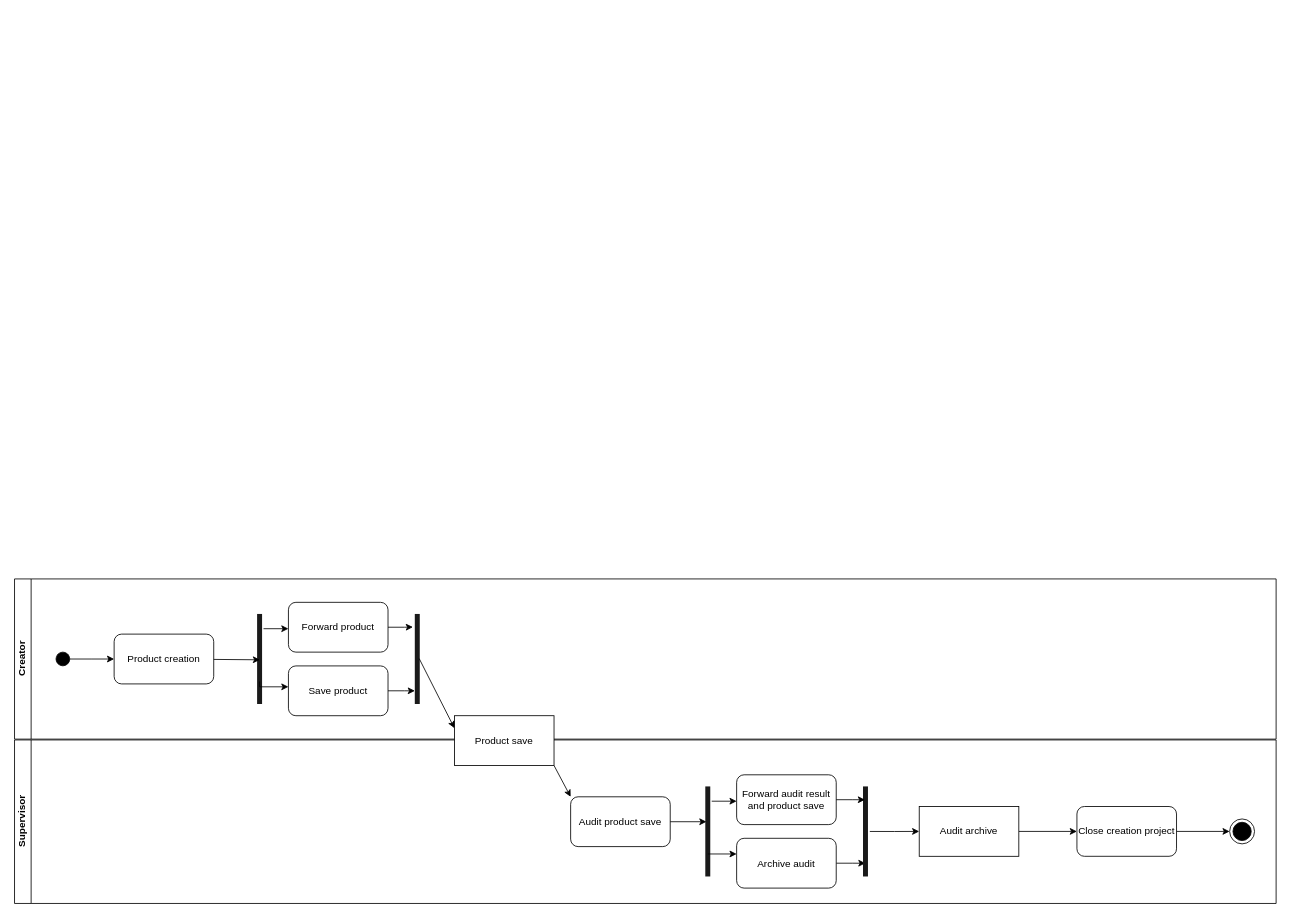
Before: Documentation/Activity Diagram/Creation Audit System AD.drawio in Darrenchenn/Model-based-software-design, a draw.io diagram. Source tidied: cells renumbered, new cells numbered last; positions are measured from the earlier drawing's top-left corner, leaving out a move shared by most shapes. Both pictures are drawn from the tidied source at 83%, with x=0, y=0 at pixel (14, 579).
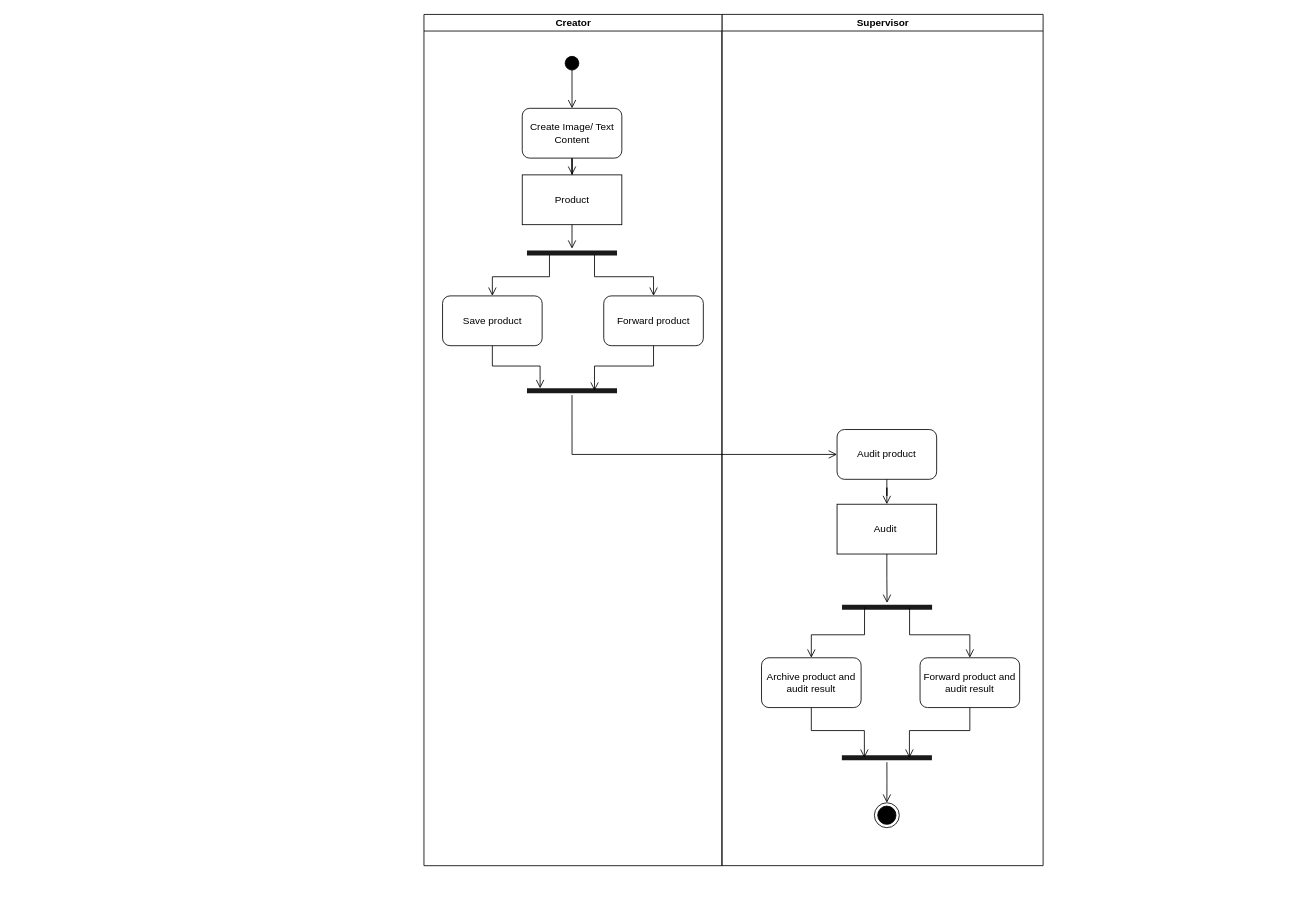
The same page after the edit.

Change to the diagram source:
```diff
@@
+    <mxCell id="15" value="Supervisor" style="swimlane;startSize=20;horizontal=0;html=1;rotation=90;" parent="1" vertex="1">
+      <mxGeometry x="533" y="-360.8" width="1025.6" height="386.9" as="geometry" />
+    </mxCell>
+    <mxCell id="17" value="Audit product" style="rounded=1;whiteSpace=wrap;html=1;rotation=0;" parent="15" vertex="1">
+      <mxGeometry x="458" y="180.8" width="120" height="60" as="geometry" />
+    </mxCell>
+    <mxCell id="31" style="ellipse;html=1;shape=endState;fillColor=strokeColor;rotation=90;" parent="15" vertex="1">
+      <mxGeometry x="503" y="630.5" width="30" height="30" as="geometry" />
+    </mxCell>
+    <mxCell id="35" value="Audit&amp;nbsp;" style="rounded=0;whiteSpace=wrap;html=1;rotation=0;" parent="15" vertex="1">
+      <mxGeometry x="458" y="270.8" width="120" height="60" as="geometry" />
+    </mxCell>
+    <mxCell id="36" style="edgeStyle=orthogonalEdgeStyle;rounded=0;jettySize=auto;html=1;entryX=0.5;entryY=0;entryDx=0;entryDy=0;endArrow=open;endFill=0;endSize=8;startSize=8;" parent="15" edge="1" source="17" target="35">
+      <mxGeometry relative="1" as="geometry" />
+    </mxCell>
+    <mxCell id="37" style="shape=line;strokeWidth=6;strokeColor=#1A1A1A;rotation=-90;direction=south;" parent="15" vertex="1">
+      <mxGeometry x="513" y="340.8" width="10.5" height="108.5" as="geometry" />
+    </mxCell>
+    <mxCell id="38" style="edgeStyle=orthogonalEdgeStyle;rounded=0;jettySize=auto;html=1;endArrow=open;endFill=0;endSize=8;startSize=8;" parent="15" edge="1" source="35" target="37">
+      <mxGeometry relative="1" as="geometry" />
+    </mxCell>
+    <mxCell id="39" value="Archive product and audit result" style="rounded=1;whiteSpace=wrap;html=1;rotation=0;" parent="15" vertex="1">
+      <mxGeometry x="367" y="455.8" width="120" height="60" as="geometry" />
+    </mxCell>
+    <mxCell id="40" style="edgeStyle=orthogonalEdgeStyle;rounded=0;jettySize=auto;html=1;exitX=0.25;exitY=0.5;exitDx=0;exitDy=0;exitPerimeter=0;entryX=0.5;entryY=0;entryDx=0;entryDy=0;endArrow=open;endFill=0;endSize=8;startSize=8;" parent="15" edge="1" source="37" target="39">
+      <mxGeometry relative="1" as="geometry" />
+    </mxCell>
+    <mxCell id="41" value="Forward product and audit result" style="rounded=1;whiteSpace=wrap;html=1;rotation=0;" parent="15" vertex="1">
+      <mxGeometry x="558" y="455.8" width="120" height="60" as="geometry" />
+    </mxCell>
+    <mxCell id="42" style="edgeStyle=orthogonalEdgeStyle;rounded=0;jettySize=auto;html=1;exitX=0.75;exitY=0.5;exitDx=0;exitDy=0;exitPerimeter=0;entryX=0.5;entryY=0;entryDx=0;entryDy=0;endArrow=open;endFill=0;endSize=8;startSize=8;" parent="15" edge="1" source="37" target="41">
+      <mxGeometry relative="1" as="geometry" />
+    </mxCell>
+    <mxCell id="43" style="edgeStyle=orthogonalEdgeStyle;rounded=0;jettySize=auto;html=1;entryX=0;entryY=0.5;entryDx=0;entryDy=0;endArrow=open;endFill=0;endSize=8;startSize=8;" parent="15" edge="1" source="44" target="31">
+      <mxGeometry relative="1" as="geometry" />
+    </mxCell>
+    <mxCell id="44" style="shape=line;strokeWidth=6;strokeColor=#1A1A1A;rotation=-90;direction=south;" parent="15" vertex="1">
+      <mxGeometry x="512.8" y="522.1" width="10.5" height="108.5" as="geometry" />
+    </mxCell>
+    <mxCell id="45" style="edgeStyle=orthogonalEdgeStyle;rounded=0;jettySize=auto;html=1;entryX=0.25;entryY=0.5;entryDx=0;entryDy=0;entryPerimeter=0;endArrow=open;endFill=0;endSize=8;startSize=8;" parent="15" edge="1" source="39" target="44">
+      <mxGeometry relative="1" as="geometry" />
+    </mxCell>
+    <mxCell id="46" style="edgeStyle=orthogonalEdgeStyle;rounded=0;jettySize=auto;html=1;entryX=0.75;entryY=0.5;entryDx=0;entryDy=0;entryPerimeter=0;endArrow=open;endFill=0;endSize=8;startSize=8;" parent="15" edge="1" source="41" target="44">
+      <mxGeometry relative="1" as="geometry" />
+    </mxCell>
-    <mxCell id="2" value="Creator" style="swimlane;startSize=20;horizontal=0;html=1;" parent="1" vertex="1">
-      <mxGeometry width="1520" height="193" as="geometry" />
+    <mxCell id="2" value="Creator" style="swimlane;startSize=20;horizontal=0;html=1;rotation=90;" parent="1" vertex="1">
+      <mxGeometry x="160" y="-346.8" width="1025.6" height="359" as="geometry" />
     </mxCell>
-    <mxCell id="3" style="edgeStyle=orthogonalEdgeStyle;rounded=0;jettySize=auto;html=1;entryX=0;entryY=0.5;entryDx=0;entryDy=0;" parent="2" edge="1" source="4" target="5">
-      <mxGeometry relative="1" as="geometry" />
-    </mxCell>
-    <mxCell id="4" style="ellipse;fillColor=strokeColor;html=1;" parent="2" vertex="1">
-      <mxGeometry x="50" y="88.2" width="16.5" height="16.5" as="geometry" />
+    <mxCell id="4" style="ellipse;fillColor=strokeColor;html=1;rotation=90;" parent="2" vertex="1">
+      <mxGeometry x="503.4" y="-282.8" width="16.5" height="16.5" as="geometry" />
     </mxCell>
-    <mxCell id="5" value="Product creation" style="rounded=1;whiteSpace=wrap;html=1;" parent="2" vertex="1">
-      <mxGeometry x="120" y="66.5" width="120" height="60" as="geometry" />
+    <mxCell id="5" value="Create Image/ Text Content" style="rounded=1;whiteSpace=wrap;html=1;rotation=0;direction=east;" parent="2" vertex="1">
+      <mxGeometry x="451.7" y="-220.2" width="120" height="60" as="geometry" />
     </mxCell>
-    <mxCell id="6" value="Save product" style="rounded=1;whiteSpace=wrap;html=1;" parent="2" vertex="1">
-      <mxGeometry x="330" y="104.8" width="120" height="60" as="geometry" />
-    </mxCell>
+    <mxCell id="3" style="rounded=0;jettySize=auto;html=1;entryX=0.5;entryY=0;entryDx=0;entryDy=0;endArrow=open;endFill=0;endSize=8;startSize=8;" parent="2" edge="1" source="4" target="5">
+      <mxGeometry relative="1" as="geometry" />
+    </mxCell>
-    <mxCell id="7" value="Forward product" style="rounded=1;whiteSpace=wrap;html=1;" parent="2" vertex="1">
-      <mxGeometry x="330" y="28.2" width="120" height="60" as="geometry" />
+    <mxCell id="7" value="Forward product" style="rounded=1;whiteSpace=wrap;html=1;rotation=0;" parent="2" vertex="1">
+      <mxGeometry x="549.9" y="5.8" width="120" height="60" as="geometry" />
     </mxCell>
-    <mxCell id="8" style="shape=line;strokeWidth=6;strokeColor=#1A1A1A;rotation=-180;direction=south;" parent="2" vertex="1">
-      <mxGeometry x="290" y="42.2" width="10.5" height="108.5" as="geometry" />
-    </mxCell>
-    <mxCell id="9" style="rounded=0;jettySize=auto;html=1;entryX=0.491;entryY=0.546;entryDx=0;entryDy=0;entryPerimeter=0;" parent="2" edge="1" source="5" target="8">
-      <mxGeometry relative="1" as="geometry" />
-    </mxCell>
-    <mxCell id="10" style="edgeStyle=orthogonalEdgeStyle;rounded=0;jettySize=auto;html=1;entryX=0.836;entryY=0.952;entryDx=0;entryDy=0;entryPerimeter=0;startArrow=classic;startFill=1;endArrow=none;endFill=0;" parent="2" edge="1" source="7" target="8">
-      <mxGeometry relative="1" as="geometry">
-        <Array as="points">
-          <mxPoint x="360" y="60" />
-          <mxPoint x="360" y="60" />
-        </Array>
-      </mxGeometry>
-    </mxCell>
-    <mxCell id="11" style="edgeStyle=orthogonalEdgeStyle;rounded=0;jettySize=auto;html=1;entryX=0.25;entryY=0.5;entryDx=0;entryDy=0;entryPerimeter=0;endArrow=none;endFill=0;startArrow=classic;startFill=1;" parent="2" edge="1" source="6" target="8">
-      <mxGeometry relative="1" as="geometry">
-        <Array as="points">
-          <mxPoint x="295" y="130" />
-        </Array>
-      </mxGeometry>
-    </mxCell>
-    <mxCell id="12" style="shape=line;strokeWidth=6;strokeColor=#1A1A1A;rotation=-180;direction=south;" parent="2" vertex="1">
-      <mxGeometry x="480" y="42.2" width="10.5" height="108.5" as="geometry" />
+    <mxCell id="12" style="shape=line;strokeWidth=6;strokeColor=#1A1A1A;rotation=-90;direction=south;" parent="2" vertex="1">
+      <mxGeometry x="506.4" y="65.8" width="10.5" height="108.5" as="geometry" />
     </mxCell>
-    <mxCell id="13" style="edgeStyle=orthogonalEdgeStyle;rounded=0;jettySize=auto;html=1;" parent="2" edge="1" source="7">
-      <mxGeometry relative="1" as="geometry">
-        <mxPoint x="480" y="58" as="targetPoint" />
-      </mxGeometry>
+    <mxCell id="13" style="edgeStyle=orthogonalEdgeStyle;rounded=0;jettySize=auto;html=1;entryX=0.75;entryY=0.5;entryDx=0;entryDy=0;entryPerimeter=0;endArrow=open;endFill=0;endSize=8;startSize=8;" parent="2" edge="1" source="7" target="12">
+      <mxGeometry relative="1" as="geometry" />
     </mxCell>
+    <mxCell id="47" value="Product" style="rounded=0;whiteSpace=wrap;html=1;rotation=0;direction=east;" parent="2" vertex="1">
+      <mxGeometry x="451.7" y="-140" width="120" height="60" as="geometry" />
+    </mxCell>
+    <mxCell id="48" style="edgeStyle=orthogonalEdgeStyle;rounded=0;jettySize=auto;html=1;entryX=0.5;entryY=0;entryDx=0;entryDy=0;endArrow=open;endFill=0;endSize=8;startSize=8;" parent="2" edge="1" source="5" target="47">
+      <mxGeometry relative="1" as="geometry" />
+    </mxCell>
+    <mxCell id="49" style="rounded=0;jettySize=auto;html=1;endArrow=open;endFill=0;endSize=8;startSize=8;" parent="2" edge="1" source="47" target="52">
+      <mxGeometry relative="1" as="geometry" />
+    </mxCell>
+    <mxCell id="6" value="Save product" style="rounded=1;whiteSpace=wrap;html=1;rotation=0;" parent="2" vertex="1">
+      <mxGeometry x="355.7" y="5.8" width="120" height="60" as="geometry" />
+    </mxCell>
-    <mxCell id="14" style="edgeStyle=orthogonalEdgeStyle;rounded=0;jettySize=auto;html=1;entryX=0.146;entryY=0.223;entryDx=0;entryDy=0;entryPerimeter=0;" parent="2" edge="1" source="6" target="12">
+    <mxCell id="14" style="edgeStyle=orthogonalEdgeStyle;rounded=0;jettySize=auto;html=1;entryX=0.146;entryY=0.223;entryDx=0;entryDy=0;entryPerimeter=0;exitX=0.5;exitY=1;exitDx=0;exitDy=0;endArrow=open;endFill=0;endSize=8;startSize=8;" parent="2" edge="1" source="6" target="12">
       <mxGeometry relative="1" as="geometry" />
     </mxCell>
-    <mxCell id="15" value="Supervisor" style="swimlane;startSize=20;horizontal=0;html=1;" parent="1" vertex="1">
-      <mxGeometry y="194" width="1520" height="197" as="geometry" />
-    </mxCell>
-    <mxCell id="16" value="Product save" style="rounded=0;whiteSpace=wrap;html=1;" parent="15" vertex="1">
-      <mxGeometry x="530" y="-29.2" width="120" height="60" as="geometry" />
-    </mxCell>
-    <mxCell id="17" value="Audit product save" style="rounded=1;whiteSpace=wrap;html=1;" parent="15" vertex="1">
-      <mxGeometry x="670" y="68.5" width="120" height="60" as="geometry" />
-    </mxCell>
-    <mxCell id="18" style="endArrow=classic;html=1;rounded=0;exitX=1;exitY=1;exitDx=0;exitDy=0;entryX=0;entryY=0;entryDx=0;entryDy=0;" parent="15" edge="1" source="16" target="17">
-      <mxGeometry relative="1" as="geometry" />
-    </mxCell>
-    <mxCell id="19" style="edgeStyle=orthogonalEdgeStyle;rounded=0;jettySize=auto;html=1;entryX=0.147;entryY=0.494;entryDx=0;entryDy=0;entryPerimeter=0;" parent="15" edge="1" source="20" target="29">
-      <mxGeometry relative="1" as="geometry" />
-    </mxCell>
-    <mxCell id="20" value="Archive audit" style="rounded=1;whiteSpace=wrap;html=1;" parent="15" vertex="1">
-      <mxGeometry x="870" y="118.5" width="120" height="60" as="geometry" />
-    </mxCell>
-    <mxCell id="21" value="Forward audit result and product save" style="rounded=1;whiteSpace=wrap;html=1;" parent="15" vertex="1">
-      <mxGeometry x="870" y="42" width="120" height="60" as="geometry" />
-    </mxCell>
-    <mxCell id="22" style="shape=line;strokeWidth=6;strokeColor=#1A1A1A;rotation=-180;direction=south;" parent="15" vertex="1">
-      <mxGeometry x="830" y="56" width="10.5" height="108.5" as="geometry" />
-    </mxCell>
-    <mxCell id="23" style="edgeStyle=orthogonalEdgeStyle;rounded=0;jettySize=auto;html=1;entryX=0.836;entryY=0.952;entryDx=0;entryDy=0;entryPerimeter=0;startArrow=classic;startFill=1;endArrow=none;endFill=0;" parent="15" edge="1" source="21" target="22">
-      <mxGeometry relative="1" as="geometry">
-        <Array as="points">
-          <mxPoint x="960" y="73.8" />
-          <mxPoint x="960" y="73.8" />
-        </Array>
-      </mxGeometry>
-    </mxCell>
-    <mxCell id="24" style="edgeStyle=orthogonalEdgeStyle;rounded=0;jettySize=auto;html=1;entryX=0.25;entryY=0.5;entryDx=0;entryDy=0;entryPerimeter=0;endArrow=none;endFill=0;startArrow=classic;startFill=1;" parent="15" edge="1" source="20" target="22">
-      <mxGeometry relative="1" as="geometry">
-        <Array as="points">
-          <mxPoint x="895" y="143.8" />
-        </Array>
-      </mxGeometry>
-    </mxCell>
-    <mxCell id="25" style="edgeStyle=orthogonalEdgeStyle;rounded=0;jettySize=auto;html=1;entryX=0.608;entryY=0.344;entryDx=0;entryDy=0;entryPerimeter=0;" parent="15" edge="1" source="17" target="22">
-      <mxGeometry relative="1" as="geometry" />
-    </mxCell>
-    <mxCell id="26" style="edgeStyle=orthogonalEdgeStyle;rounded=0;jettySize=auto;html=1;entryX=0;entryY=0.5;entryDx=0;entryDy=0;" parent="15" edge="1" source="27" target="33">
-      <mxGeometry relative="1" as="geometry" />
-    </mxCell>
-    <mxCell id="27" value="Audit archive" style="rounded=0;whiteSpace=wrap;html=1;" parent="15" vertex="1">
-      <mxGeometry x="1090" y="80.2" width="120" height="60" as="geometry" />
-    </mxCell>
-    <mxCell id="28" style="edgeStyle=orthogonalEdgeStyle;rounded=0;jettySize=auto;html=1;entryX=0;entryY=0.5;entryDx=0;entryDy=0;" parent="15" edge="1" source="29" target="27">
-      <mxGeometry relative="1" as="geometry" />
-    </mxCell>
-    <mxCell id="29" style="shape=line;strokeWidth=6;strokeColor=#1A1A1A;rotation=-180;direction=south;" parent="15" vertex="1">
-      <mxGeometry x="1020" y="56" width="10.5" height="108.5" as="geometry" />
-    </mxCell>
-    <mxCell id="30" style="edgeStyle=orthogonalEdgeStyle;rounded=0;jettySize=auto;html=1;entryX=0.852;entryY=0.439;entryDx=0;entryDy=0;entryPerimeter=0;" parent="15" edge="1" source="21" target="29">
-      <mxGeometry relative="1" as="geometry" />
-    </mxCell>
-    <mxCell id="31" style="ellipse;html=1;shape=endState;fillColor=strokeColor;" parent="15" vertex="1">
-      <mxGeometry x="1464" y="95.2" width="30" height="30" as="geometry" />
-    </mxCell>
-    <mxCell id="32" style="edgeStyle=orthogonalEdgeStyle;rounded=0;jettySize=auto;html=1;entryX=0;entryY=0.5;entryDx=0;entryDy=0;" parent="15" edge="1" source="33" target="31">
-      <mxGeometry relative="1" as="geometry" />
-    </mxCell>
-    <mxCell id="33" value="Close creation project" style="rounded=1;whiteSpace=wrap;html=1;" parent="15" vertex="1">
-      <mxGeometry x="1280" y="80.2" width="120" height="60" as="geometry" />
-    </mxCell>
-    <mxCell id="34" style="endArrow=classic;html=1;rounded=0;exitX=0.505;exitY=0.716;exitDx=0;exitDy=0;entryX=0;entryY=0.25;entryDx=0;entryDy=0;exitPerimeter=0;" parent="1" edge="1" source="12" target="16">
-      <mxGeometry relative="1" as="geometry" />
-    </mxCell>
+    <mxCell id="50" style="edgeStyle=orthogonalEdgeStyle;rounded=0;jettySize=auto;html=1;exitX=0.75;exitY=0.5;exitDx=0;exitDy=0;exitPerimeter=0;entryX=0.5;entryY=0;entryDx=0;entryDy=0;endArrow=open;endFill=0;endSize=8;startSize=8;" parent="2" edge="1" source="52" target="7">
+      <mxGeometry relative="1" as="geometry" />
+    </mxCell>
+    <mxCell id="51" style="edgeStyle=orthogonalEdgeStyle;rounded=0;jettySize=auto;html=1;exitX=0.25;exitY=0.5;exitDx=0;exitDy=0;exitPerimeter=0;entryX=0.5;entryY=0;entryDx=0;entryDy=0;endArrow=open;endFill=0;endSize=8;startSize=8;" parent="2" edge="1" source="52" target="6">
+      <mxGeometry relative="1" as="geometry" />
+    </mxCell>
+    <mxCell id="52" style="shape=line;strokeWidth=6;strokeColor=#1A1A1A;rotation=-90;direction=south;" parent="2" vertex="1">
+      <mxGeometry x="506.4" y="-100" width="10.5" height="108.5" as="geometry" />
+    </mxCell>
+    <mxCell id="53" style="edgeStyle=orthogonalEdgeStyle;rounded=0;jettySize=auto;html=1;entryX=0;entryY=0.5;entryDx=0;entryDy=0;endArrow=open;endFill=0;endSize=8;startSize=8;" parent="1" edge="1" source="12" target="17">
+      <mxGeometry relative="1" as="geometry">
+        <Array as="points">
+          <mxPoint x="672" y="-150" />
+        </Array>
+      </mxGeometry>
+    </mxCell>
```
